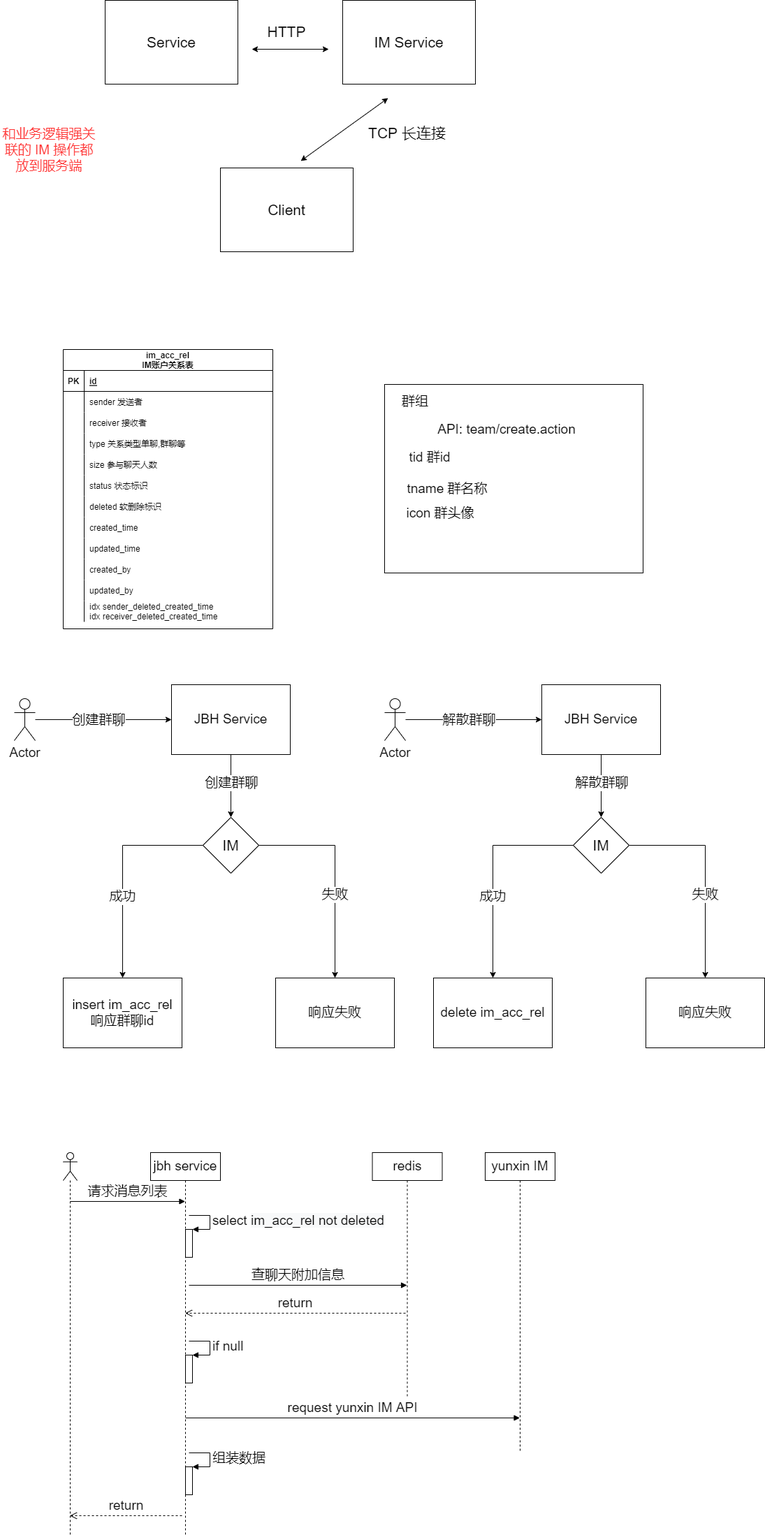
This is jbh/im-module.png from GitHeP/diagrams, a draw.io export, as it was before one commit. Source tidied: cells renumbered, new cells last; positions are measured from the earlier drawing's top-left corner, leaving out a move shared by most shapes.
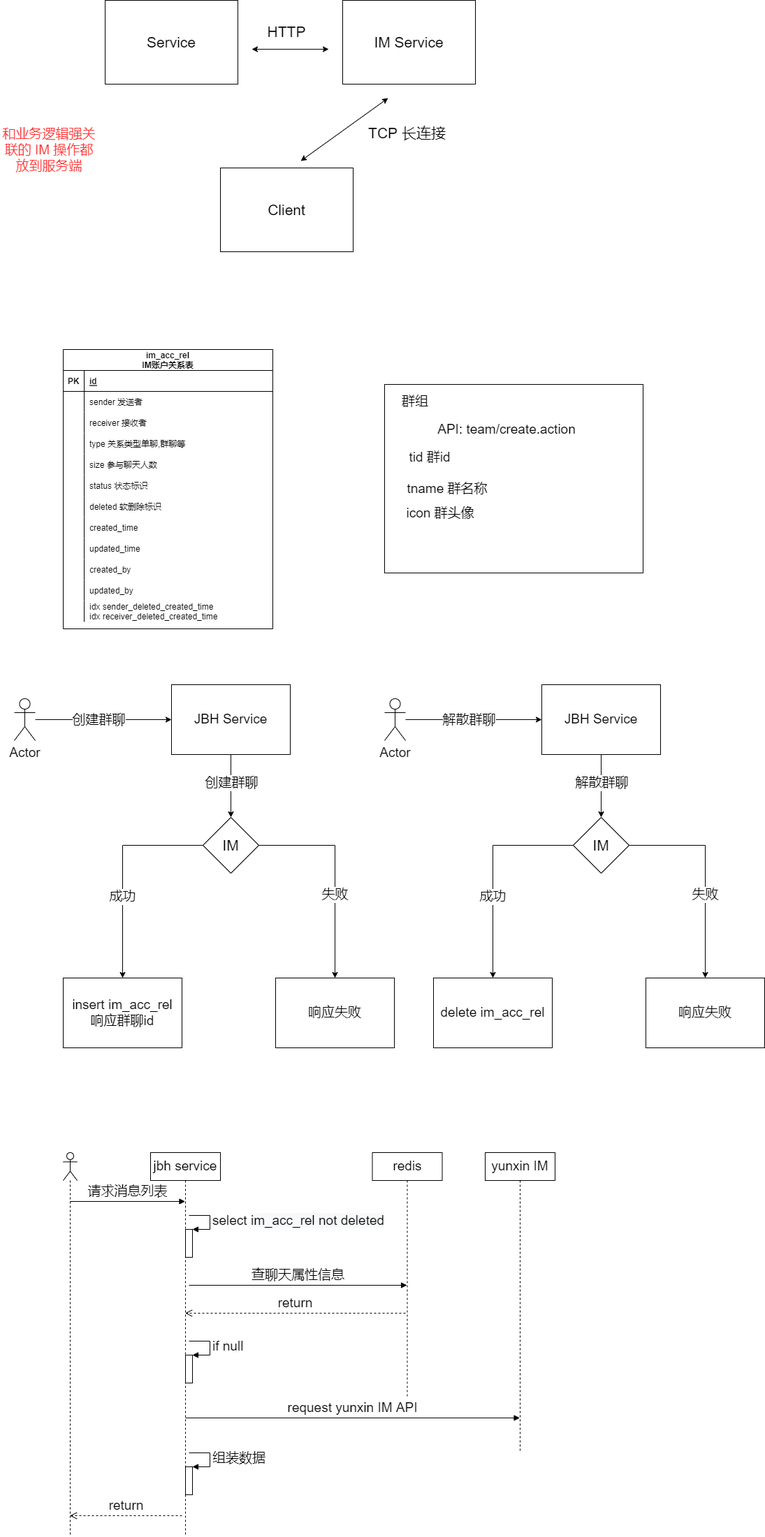
The same diagram one commit later.

Diff of the diagram source:
```diff
@@ -260,7 +260,7 @@
         </Array>
       </mxGeometry>
     </mxCell>
-    <mxCell id="83" value="查聊天附加信息" style="html=1;verticalAlign=bottom;endArrow=block;rounded=0;fontSize=19;fontColor=#000000;" parent="80" edge="1" target="89">
+    <mxCell id="83" value="查聊天属性信息" style="html=1;verticalAlign=bottom;endArrow=block;rounded=0;fontSize=19;fontColor=#000000;" parent="80" edge="1" target="89">
       <mxGeometry relative="1" as="geometry">
         <mxPoint x="55" y="190" as="sourcePoint" />
       </mxGeometry>
```
